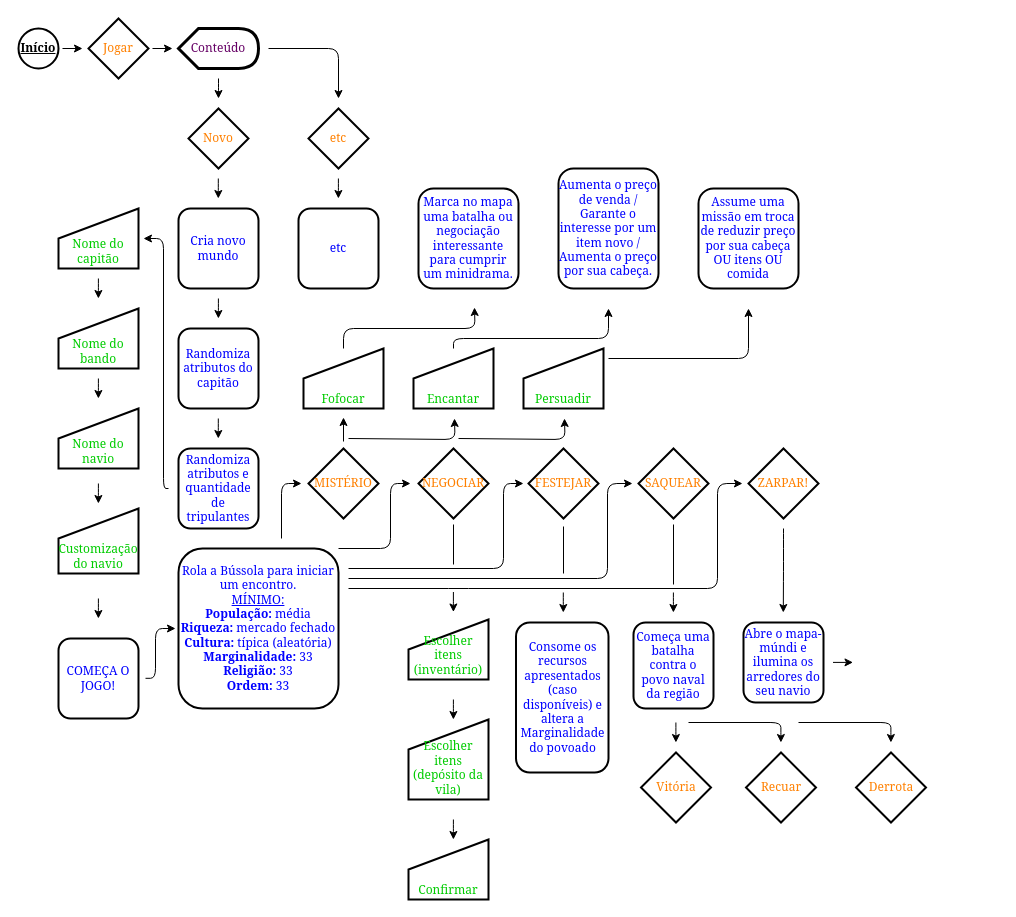
Earlier version of the draw.io diagram teste.drawio (ErosBenkert/LOPR). Source tidied: cells renumbered, new cells numbered last; positions are measured from the earlier drawing's top-left corner, leaving out a move shared by most shapes. Both pictures are drawn from the tidied source at 100%, with x=0, y=0 at pixel (18, 18).
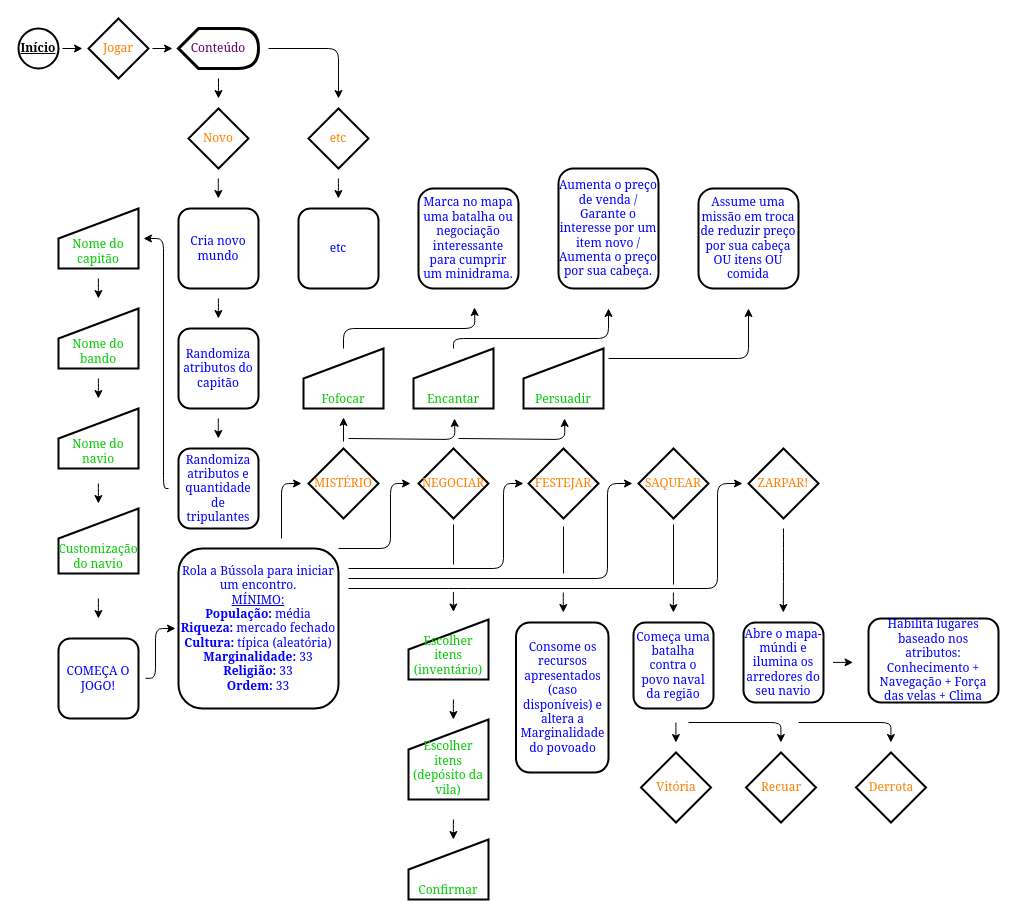
The same page after the edit.

Change to the diagram source:
```diff
@@
+    <mxCell id="75" value="&lt;font color=&quot;#0000ff&quot; face=&quot;Georgia&quot;&gt;Habilita lugares baseado nos atributos: Conhecimento + Navegação + Força das velas + Clima&lt;br&gt;&lt;/font&gt;" style="rounded=1;whiteSpace=wrap;html=1;strokeColor=#000000;strokeWidth=2;" parent="1" vertex="1">
+      <mxGeometry x="850" y="600" width="130" height="84" as="geometry" />
+    </mxCell>
```
